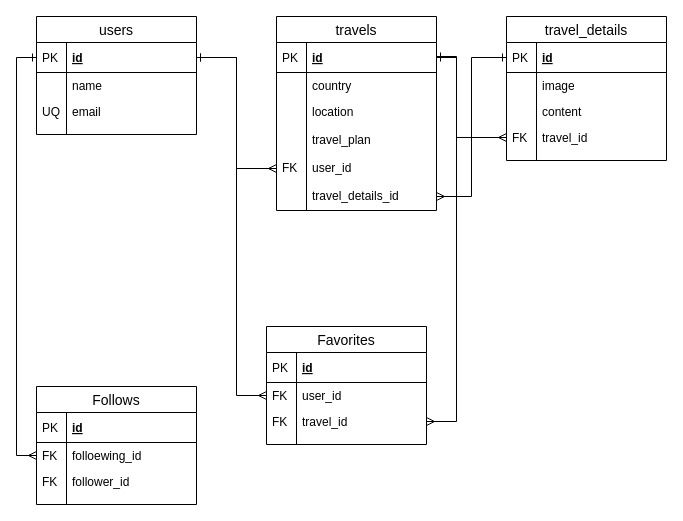
The draw.io diagram trip.drawio in kimurakeisuke/enjoy_trip, before the edit. Source tidied: cells renumbered, new cells numbered last; positions are measured from the earlier drawing's top-left corner, leaving out a move shared by most shapes. Both pictures are drawn from the tidied source at 100%, with x=0, y=0 at pixel (36, 16).
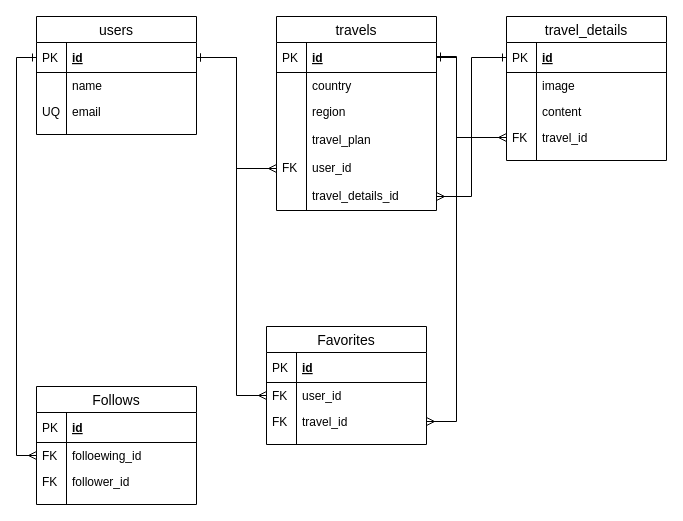
The same diagram, later.

Commit message (it also covers changes not shown here):
travelsモデルのカラムを修正(location->region)

The change refers to these unchanged cells:
```xml
<mxCell id="11" value="travels" style="swimlane;fontStyle=0;horizontal=1;startSize=26;align=center;fontSize=14;" parent="1" vertex="1">
  <mxGeometry x="240" width="160" height="194" as="geometry" />
</mxCell>
```

Change to the diagram source:
```diff
@@
-    <mxCell id="16" value="location" style="shape=partialRectangle;top=0;left=0;right=0;bottom=0;align=left;verticalAlign=top;fillColor=none;spacingLeft=34;spacingRight=4;overflow=hidden;fontSize=12;" parent="11" vertex="1">
+    <mxCell id="16" value="region" style="shape=partialRectangle;top=0;left=0;right=0;bottom=0;align=left;verticalAlign=top;fillColor=none;spacingLeft=34;spacingRight=4;overflow=hidden;fontSize=12;" parent="11" vertex="1">
       <mxGeometry y="82" width="160" height="28" as="geometry" />
     </mxCell>
```
